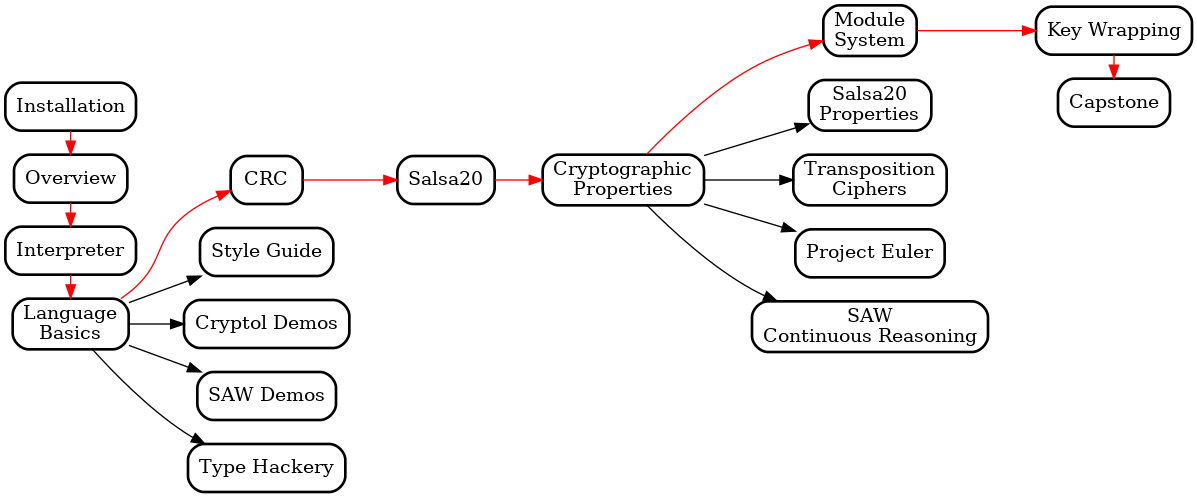
Above: misc/CryptolCourse.gv.png in weaversa/cryptol-course (Graphviz), before the change. Its source is kept beside it as misc/CryptolCourse.gv.
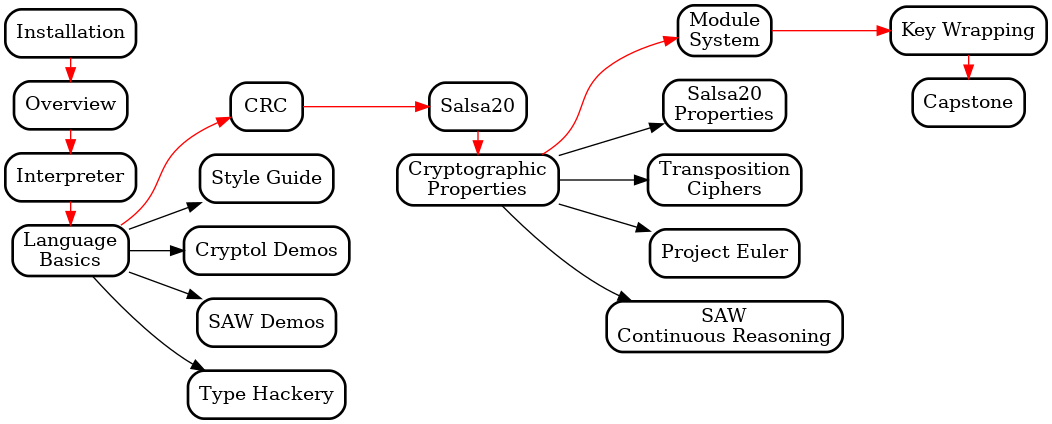
Later version of the same file.

Commit message:
Compact course graph

The edit, as a diff of the source:
```diff
@@ -86,6 +86,12 @@
 
   {
     rank = same;
+    Salsa20;
+    CryptographicProperties;
+  }
+
+  {
+    rank = same;
     ModuleSystem;
     Salsa20Properties;
     TranspositionCiphers;
```
